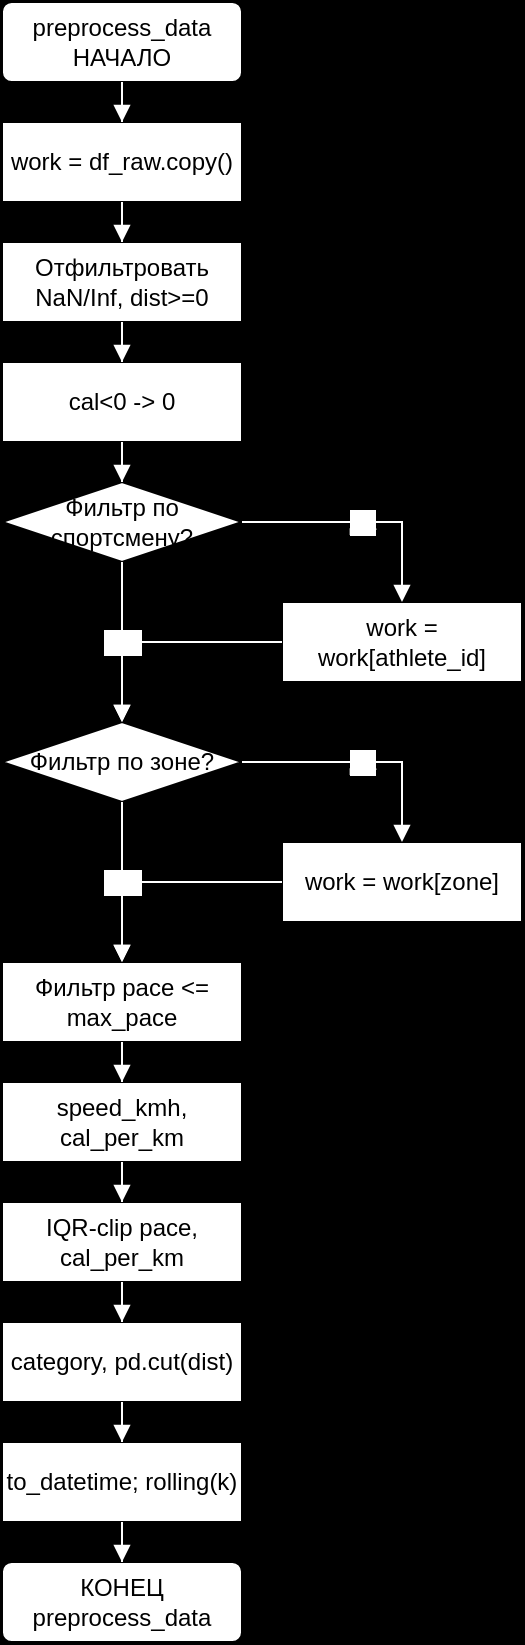
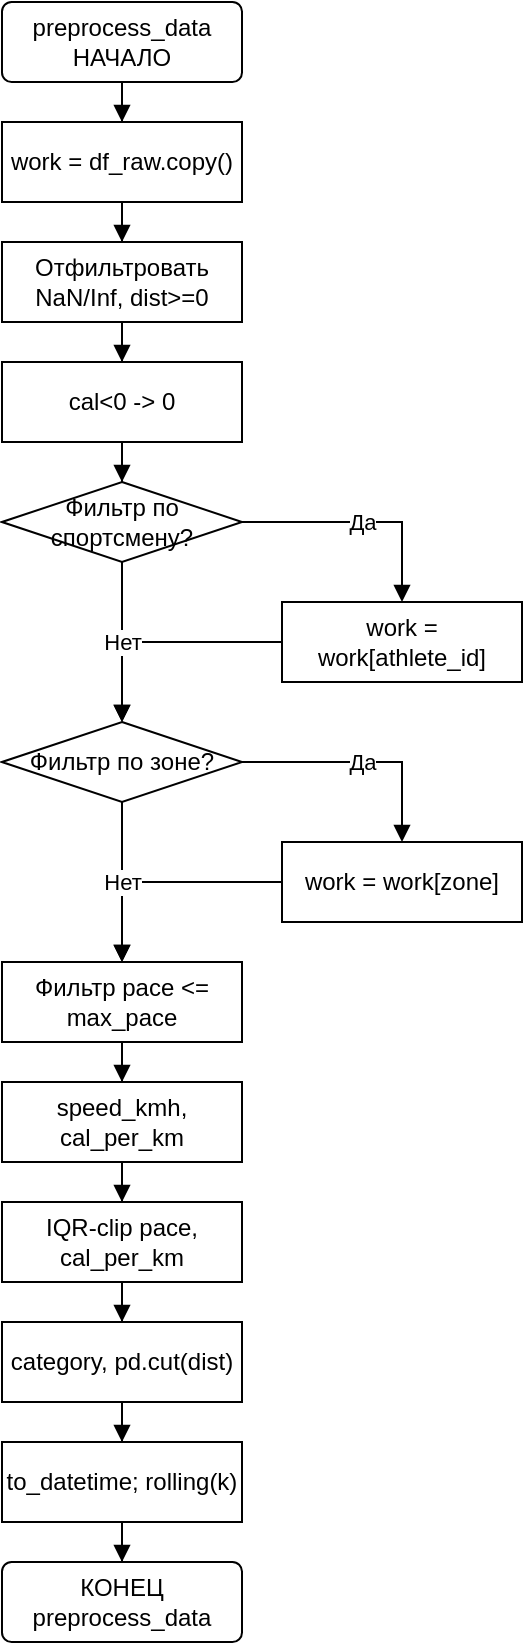
<mxfile host="Electron" version="29.6.1">
  <diagram name="Страница-1" id="d1">
-     <mxGraphModel dx="1400" dy="800" grid="1" gridSize="10" guides="1" tooltips="1" connect="1" arrows="1" fold="1" page="0" pageScale="1" pageWidth="827" pageHeight="1169" math="0" shadow="0" background="#000000">
+     <mxGraphModel dx="1400" dy="800" grid="1" gridSize="10" guides="1" tooltips="1" connect="1" arrows="1" fold="1" page="0" pageScale="1" pageWidth="827" pageHeight="1169" math="0" shadow="0" background="#ffffff">
      <root>
        <mxCell id="0" />
        <mxCell id="1" parent="0" />
        <mxCell id="a" value="&lt;div&gt;preprocess_data&lt;/div&gt;&lt;div&gt;НАЧАЛО&lt;/div&gt;" style="rounded=1;arcSize=12;whiteSpace=wrap;html=1;fillColor=#ffffff;strokeColor=#000000;fontColor=#000000;" vertex="1" parent="1"><mxGeometry x="160" y="0" width="120" height="40" as="geometry" /></mxCell>
        <mxCell id="p1" value="work = df_raw.copy()" style="rounded=0;whiteSpace=wrap;html=1;fillColor=#ffffff;strokeColor=#000000;fontColor=#000000;" vertex="1" parent="1"><mxGeometry x="160" y="60" width="120" height="40" as="geometry" /></mxCell>
        <mxCell id="p2" value="Отфильтровать NaN/Inf, dist&gt;=0" style="rounded=0;whiteSpace=wrap;html=1;fillColor=#ffffff;strokeColor=#000000;fontColor=#000000;" vertex="1" parent="1"><mxGeometry x="160" y="120" width="120" height="40" as="geometry" /></mxCell>
        <mxCell id="p3" value="cal&lt;0 -&gt; 0" style="rounded=0;whiteSpace=wrap;html=1;fillColor=#ffffff;strokeColor=#000000;fontColor=#000000;" vertex="1" parent="1"><mxGeometry x="160" y="180" width="120" height="40" as="geometry" /></mxCell>
        <mxCell id="c1" value="Фильтр по спортсмену?" style="rhombus;whiteSpace=wrap;html=1;fillColor=#ffffff;strokeColor=#000000;fontColor=#000000;" vertex="1" parent="1"><mxGeometry x="160" y="240" width="120" height="40" as="geometry" /></mxCell>
        <mxCell id="b1" value="work = work[athlete_id]" style="rounded=0;whiteSpace=wrap;html=1;fillColor=#ffffff;strokeColor=#000000;fontColor=#000000;" vertex="1" parent="1"><mxGeometry x="300" y="300" width="120" height="40" as="geometry" /></mxCell>
        <mxCell id="c2" value="Фильтр по зоне?" style="rhombus;whiteSpace=wrap;html=1;fillColor=#ffffff;strokeColor=#000000;fontColor=#000000;" vertex="1" parent="1"><mxGeometry x="160" y="360" width="120" height="40" as="geometry" /></mxCell>
        <mxCell id="b2" value="work = work[zone]" style="rounded=0;whiteSpace=wrap;html=1;fillColor=#ffffff;strokeColor=#000000;fontColor=#000000;" vertex="1" parent="1"><mxGeometry x="300" y="420" width="120" height="40" as="geometry" /></mxCell>
        <mxCell id="p4" value="Фильтр pace &lt;= max_pace" style="rounded=0;whiteSpace=wrap;html=1;fillColor=#ffffff;strokeColor=#000000;fontColor=#000000;" vertex="1" parent="1"><mxGeometry x="160" y="480" width="120" height="40" as="geometry" /></mxCell>
        <mxCell id="p5" value="speed_kmh, cal_per_km" style="rounded=0;whiteSpace=wrap;html=1;fillColor=#ffffff;strokeColor=#000000;fontColor=#000000;" vertex="1" parent="1"><mxGeometry x="160" y="540" width="120" height="40" as="geometry" /></mxCell>
        <mxCell id="p6" value="IQR-clip pace, cal_per_km" style="rounded=0;whiteSpace=wrap;html=1;fillColor=#ffffff;strokeColor=#000000;fontColor=#000000;" vertex="1" parent="1"><mxGeometry x="160" y="600" width="120" height="40" as="geometry" /></mxCell>
        <mxCell id="p7" value="category, pd.cut(dist)" style="rounded=0;whiteSpace=wrap;html=1;fillColor=#ffffff;strokeColor=#000000;fontColor=#000000;" vertex="1" parent="1"><mxGeometry x="160" y="660" width="120" height="40" as="geometry" /></mxCell>
        <mxCell id="p8" value="to_datetime; rolling(k)" style="rounded=0;whiteSpace=wrap;html=1;fillColor=#ffffff;strokeColor=#000000;fontColor=#000000;" vertex="1" parent="1"><mxGeometry x="160" y="720" width="120" height="40" as="geometry" /></mxCell>
        <mxCell id="e" value="&lt;div&gt;КОНЕЦ&lt;/div&gt;&lt;div&gt;preprocess_data&lt;/div&gt;" style="rounded=1;arcSize=12;whiteSpace=wrap;html=1;fillColor=#ffffff;strokeColor=#000000;fontColor=#000000;" vertex="1" parent="1"><mxGeometry x="160" y="780" width="120" height="40" as="geometry" /></mxCell>
-         <mxCell id="e0" value="" style="edgeStyle=orthogonalEdgeStyle;rounded=0;orthogonalLoop=1;jettySize=auto;html=1;endArrow=block;endFill=1;strokeColor=#ffffff;fontColor=#ffffff;" edge="1" parent="1" source="a" target="p1"><mxGeometry relative="1" as="geometry" /></mxCell>
-         <mxCell id="e1" value="" style="edgeStyle=orthogonalEdgeStyle;rounded=0;orthogonalLoop=1;jettySize=auto;html=1;endArrow=block;endFill=1;strokeColor=#ffffff;fontColor=#ffffff;" edge="1" parent="1" source="p1" target="p2"><mxGeometry relative="1" as="geometry" /></mxCell>
-         <mxCell id="e2" value="" style="edgeStyle=orthogonalEdgeStyle;rounded=0;orthogonalLoop=1;jettySize=auto;html=1;endArrow=block;endFill=1;strokeColor=#ffffff;fontColor=#ffffff;" edge="1" parent="1" source="p2" target="p3"><mxGeometry relative="1" as="geometry" /></mxCell>
-         <mxCell id="e3" value="" style="edgeStyle=orthogonalEdgeStyle;rounded=0;orthogonalLoop=1;jettySize=auto;html=1;endArrow=block;endFill=1;strokeColor=#ffffff;fontColor=#ffffff;" edge="1" parent="1" source="p3" target="c1"><mxGeometry relative="1" as="geometry" /></mxCell>
-         <mxCell id="e4" value="Да" style="edgeStyle=orthogonalEdgeStyle;rounded=0;orthogonalLoop=1;jettySize=auto;html=1;endArrow=block;endFill=1;strokeColor=#ffffff;fontColor=#ffffff;" edge="1" parent="1" source="c1" target="b1"><mxGeometry relative="1" as="geometry" /></mxCell>
-         <mxCell id="e5" value="" style="edgeStyle=orthogonalEdgeStyle;rounded=0;orthogonalLoop=1;jettySize=auto;html=1;endArrow=block;endFill=1;strokeColor=#ffffff;fontColor=#ffffff;" edge="1" parent="1" source="b1" target="c2"><mxGeometry relative="1" as="geometry" /></mxCell>
-         <mxCell id="e6" value="Нет" style="edgeStyle=orthogonalEdgeStyle;rounded=0;orthogonalLoop=1;jettySize=auto;html=1;endArrow=block;endFill=1;strokeColor=#ffffff;fontColor=#ffffff;" edge="1" parent="1" source="c1" target="c2"><mxGeometry relative="1" as="geometry" /></mxCell>
-         <mxCell id="e7" value="Да" style="edgeStyle=orthogonalEdgeStyle;rounded=0;orthogonalLoop=1;jettySize=auto;html=1;endArrow=block;endFill=1;strokeColor=#ffffff;fontColor=#ffffff;" edge="1" parent="1" source="c2" target="b2"><mxGeometry relative="1" as="geometry" /></mxCell>
-         <mxCell id="e8" value="" style="edgeStyle=orthogonalEdgeStyle;rounded=0;orthogonalLoop=1;jettySize=auto;html=1;endArrow=block;endFill=1;strokeColor=#ffffff;fontColor=#ffffff;" edge="1" parent="1" source="b2" target="p4"><mxGeometry relative="1" as="geometry" /></mxCell>
-         <mxCell id="e9" value="Нет" style="edgeStyle=orthogonalEdgeStyle;rounded=0;orthogonalLoop=1;jettySize=auto;html=1;endArrow=block;endFill=1;strokeColor=#ffffff;fontColor=#ffffff;" edge="1" parent="1" source="c2" target="p4"><mxGeometry relative="1" as="geometry" /></mxCell>
-         <mxCell id="e10" value="" style="edgeStyle=orthogonalEdgeStyle;rounded=0;orthogonalLoop=1;jettySize=auto;html=1;endArrow=block;endFill=1;strokeColor=#ffffff;fontColor=#ffffff;" edge="1" parent="1" source="p4" target="p5"><mxGeometry relative="1" as="geometry" /></mxCell>
-         <mxCell id="e11" value="" style="edgeStyle=orthogonalEdgeStyle;rounded=0;orthogonalLoop=1;jettySize=auto;html=1;endArrow=block;endFill=1;strokeColor=#ffffff;fontColor=#ffffff;" edge="1" parent="1" source="p5" target="p6"><mxGeometry relative="1" as="geometry" /></mxCell>
-         <mxCell id="e12" value="" style="edgeStyle=orthogonalEdgeStyle;rounded=0;orthogonalLoop=1;jettySize=auto;html=1;endArrow=block;endFill=1;strokeColor=#ffffff;fontColor=#ffffff;" edge="1" parent="1" source="p6" target="p7"><mxGeometry relative="1" as="geometry" /></mxCell>
-         <mxCell id="e13" value="" style="edgeStyle=orthogonalEdgeStyle;rounded=0;orthogonalLoop=1;jettySize=auto;html=1;endArrow=block;endFill=1;strokeColor=#ffffff;fontColor=#ffffff;" edge="1" parent="1" source="p7" target="p8"><mxGeometry relative="1" as="geometry" /></mxCell>
-         <mxCell id="e14" value="" style="edgeStyle=orthogonalEdgeStyle;rounded=0;orthogonalLoop=1;jettySize=auto;html=1;endArrow=block;endFill=1;strokeColor=#ffffff;fontColor=#ffffff;" edge="1" parent="1" source="p8" target="e"><mxGeometry relative="1" as="geometry" /></mxCell>
+         <mxCell id="e0" value="" style="edgeStyle=orthogonalEdgeStyle;rounded=0;orthogonalLoop=1;jettySize=auto;html=1;endArrow=block;endFill=1;strokeColor=#000000;fontColor=#000000;" edge="1" parent="1" source="a" target="p1"><mxGeometry relative="1" as="geometry" /></mxCell>
+         <mxCell id="e1" value="" style="edgeStyle=orthogonalEdgeStyle;rounded=0;orthogonalLoop=1;jettySize=auto;html=1;endArrow=block;endFill=1;strokeColor=#000000;fontColor=#000000;" edge="1" parent="1" source="p1" target="p2"><mxGeometry relative="1" as="geometry" /></mxCell>
+         <mxCell id="e2" value="" style="edgeStyle=orthogonalEdgeStyle;rounded=0;orthogonalLoop=1;jettySize=auto;html=1;endArrow=block;endFill=1;strokeColor=#000000;fontColor=#000000;" edge="1" parent="1" source="p2" target="p3"><mxGeometry relative="1" as="geometry" /></mxCell>
+         <mxCell id="e3" value="" style="edgeStyle=orthogonalEdgeStyle;rounded=0;orthogonalLoop=1;jettySize=auto;html=1;endArrow=block;endFill=1;strokeColor=#000000;fontColor=#000000;" edge="1" parent="1" source="p3" target="c1"><mxGeometry relative="1" as="geometry" /></mxCell>
+         <mxCell id="e4" value="Да" style="edgeStyle=orthogonalEdgeStyle;rounded=0;orthogonalLoop=1;jettySize=auto;html=1;endArrow=block;endFill=1;strokeColor=#000000;fontColor=#000000;" edge="1" parent="1" source="c1" target="b1"><mxGeometry relative="1" as="geometry" /></mxCell>
+         <mxCell id="e5" value="" style="edgeStyle=orthogonalEdgeStyle;rounded=0;orthogonalLoop=1;jettySize=auto;html=1;endArrow=block;endFill=1;strokeColor=#000000;fontColor=#000000;" edge="1" parent="1" source="b1" target="c2"><mxGeometry relative="1" as="geometry" /></mxCell>
+         <mxCell id="e6" value="Нет" style="edgeStyle=orthogonalEdgeStyle;rounded=0;orthogonalLoop=1;jettySize=auto;html=1;endArrow=block;endFill=1;strokeColor=#000000;fontColor=#000000;" edge="1" parent="1" source="c1" target="c2"><mxGeometry relative="1" as="geometry" /></mxCell>
+         <mxCell id="e7" value="Да" style="edgeStyle=orthogonalEdgeStyle;rounded=0;orthogonalLoop=1;jettySize=auto;html=1;endArrow=block;endFill=1;strokeColor=#000000;fontColor=#000000;" edge="1" parent="1" source="c2" target="b2"><mxGeometry relative="1" as="geometry" /></mxCell>
+         <mxCell id="e8" value="" style="edgeStyle=orthogonalEdgeStyle;rounded=0;orthogonalLoop=1;jettySize=auto;html=1;endArrow=block;endFill=1;strokeColor=#000000;fontColor=#000000;" edge="1" parent="1" source="b2" target="p4"><mxGeometry relative="1" as="geometry" /></mxCell>
+         <mxCell id="e9" value="Нет" style="edgeStyle=orthogonalEdgeStyle;rounded=0;orthogonalLoop=1;jettySize=auto;html=1;endArrow=block;endFill=1;strokeColor=#000000;fontColor=#000000;" edge="1" parent="1" source="c2" target="p4"><mxGeometry relative="1" as="geometry" /></mxCell>
+         <mxCell id="e10" value="" style="edgeStyle=orthogonalEdgeStyle;rounded=0;orthogonalLoop=1;jettySize=auto;html=1;endArrow=block;endFill=1;strokeColor=#000000;fontColor=#000000;" edge="1" parent="1" source="p4" target="p5"><mxGeometry relative="1" as="geometry" /></mxCell>
+         <mxCell id="e11" value="" style="edgeStyle=orthogonalEdgeStyle;rounded=0;orthogonalLoop=1;jettySize=auto;html=1;endArrow=block;endFill=1;strokeColor=#000000;fontColor=#000000;" edge="1" parent="1" source="p5" target="p6"><mxGeometry relative="1" as="geometry" /></mxCell>
+         <mxCell id="e12" value="" style="edgeStyle=orthogonalEdgeStyle;rounded=0;orthogonalLoop=1;jettySize=auto;html=1;endArrow=block;endFill=1;strokeColor=#000000;fontColor=#000000;" edge="1" parent="1" source="p6" target="p7"><mxGeometry relative="1" as="geometry" /></mxCell>
+         <mxCell id="e13" value="" style="edgeStyle=orthogonalEdgeStyle;rounded=0;orthogonalLoop=1;jettySize=auto;html=1;endArrow=block;endFill=1;strokeColor=#000000;fontColor=#000000;" edge="1" parent="1" source="p7" target="p8"><mxGeometry relative="1" as="geometry" /></mxCell>
+         <mxCell id="e14" value="" style="edgeStyle=orthogonalEdgeStyle;rounded=0;orthogonalLoop=1;jettySize=auto;html=1;endArrow=block;endFill=1;strokeColor=#000000;fontColor=#000000;" edge="1" parent="1" source="p8" target="e"><mxGeometry relative="1" as="geometry" /></mxCell>
      </root>
    </mxGraphModel>
  </diagram>
</mxfile>